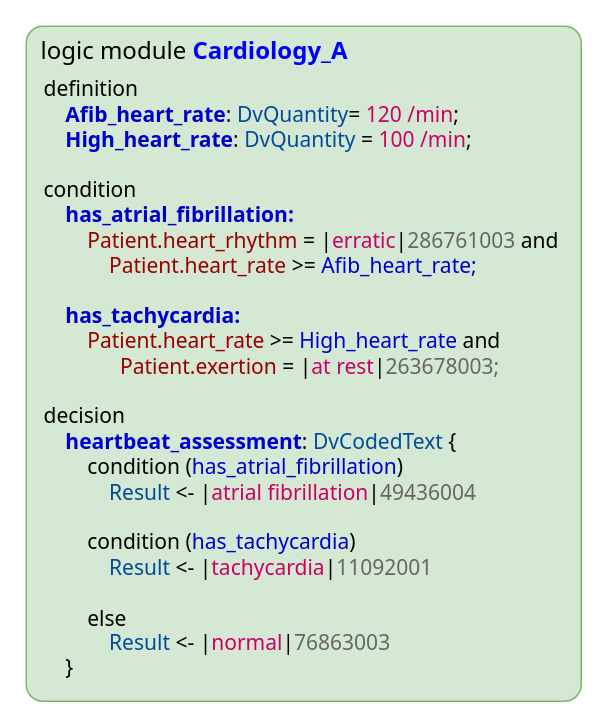
Earlier version of the draw.io diagram docs/decision_language/diagrams/representation_basic.drawio (openEHR/specifications-PROC). Source tidied: cells renumbered, new cells numbered last; positions are measured from the earlier drawing's top-left corner, leaving out a move shared by most shapes. Both pictures are drawn from the tidied source at 150%, with x=0, y=0 at pixel (26, 26).
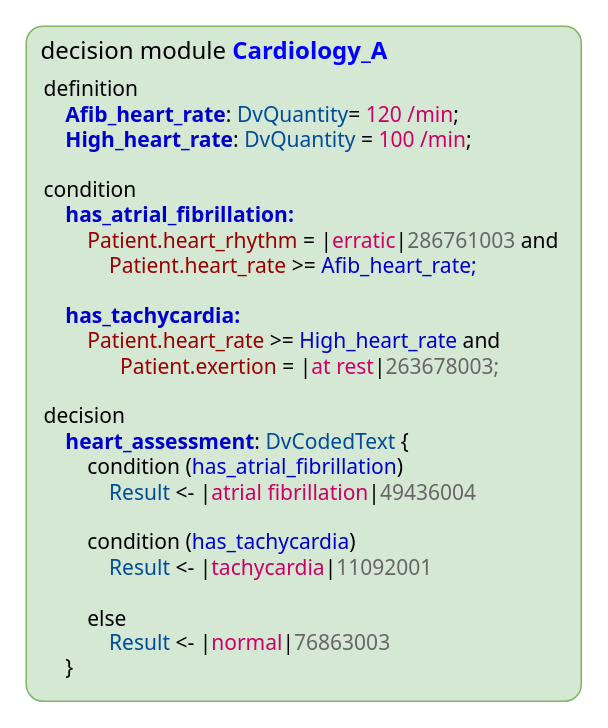
After the change.

Change to the diagram source:
```diff
@@
 <mxGraphModel>
   <root>
     <mxCell id="0" />
     <mxCell id="1" parent="0" />
-    <mxCell id="2" value="&lt;div style=&quot;text-align: center ; font-size: 16px&quot;&gt;logic module&amp;nbsp;&lt;b style=&quot;font-size: 16px&quot;&gt;&lt;font color=&quot;#0000ff&quot; style=&quot;font-size: 16px&quot;&gt;Cardiology_A&lt;/font&gt;&lt;/b&gt;&lt;/div&gt;&lt;font color=&quot;#595959&quot; style=&quot;font-size: 16px&quot;&gt;&lt;div style=&quot;text-align: center ; font-size: 16px&quot;&gt;&lt;span style=&quot;font-size: 16px&quot;&gt;&amp;nbsp; &amp;nbsp; &amp;nbsp; &amp;nbsp; &amp;nbsp;&lt;/span&gt;&lt;span style=&quot;font-size: 16px&quot;&gt;&amp;nbsp; &amp;nbsp; &amp;nbsp; &amp;nbsp;&lt;/span&gt;&lt;/div&gt;&lt;/font&gt;" style="rounded=1;whiteSpace=wrap;html=1;fontSize=16;arcSize=3;verticalAlign=top;fillColor=#d5e8d4;strokeColor=#82b366;align=left;spacingLeft=8;fontFamily=Tahoma;" parent="1" vertex="1">
+    <mxCell id="2" value="&lt;div style=&quot;text-align: center ; font-size: 16px&quot;&gt;decision module&amp;nbsp;&lt;b style=&quot;font-size: 16px&quot;&gt;&lt;font color=&quot;#0000ff&quot; style=&quot;font-size: 16px&quot;&gt;Cardiology_A&lt;/font&gt;&lt;/b&gt;&lt;/div&gt;&lt;font color=&quot;#595959&quot; style=&quot;font-size: 16px&quot;&gt;&lt;div style=&quot;text-align: center ; font-size: 16px&quot;&gt;&lt;span style=&quot;font-size: 16px&quot;&gt;&amp;nbsp; &amp;nbsp; &amp;nbsp; &amp;nbsp; &amp;nbsp;&lt;/span&gt;&lt;span style=&quot;font-size: 16px&quot;&gt;&amp;nbsp; &amp;nbsp; &amp;nbsp; &amp;nbsp;&lt;/span&gt;&lt;/div&gt;&lt;/font&gt;" style="rounded=1;whiteSpace=wrap;html=1;fontSize=16;arcSize=3;verticalAlign=top;fillColor=#d5e8d4;strokeColor=#82b366;align=left;spacingLeft=8;fontFamily=Tahoma;" parent="1" vertex="1">
       <mxGeometry width="370" height="450" as="geometry" />
     </mxCell>
-    <mxCell id="3" value="definition&lt;br style=&quot;font-size: 14px&quot;&gt;&lt;b style=&quot;color: rgb(0 , 0 , 204) ; font-size: 14px&quot;&gt;&amp;nbsp; &amp;nbsp; Afib_heart_rate&lt;/b&gt;:&amp;nbsp;&lt;font color=&quot;#004c99&quot; style=&quot;font-size: 14px&quot;&gt;DvQuantity&lt;/font&gt;= &lt;font color=&quot;#cc0066&quot;&gt;120 /min&lt;/font&gt;;&lt;br style=&quot;font-size: 14px&quot;&gt;&lt;font color=&quot;#0000cc&quot; style=&quot;font-size: 14px&quot;&gt;&lt;b style=&quot;font-size: 14px&quot;&gt;&amp;nbsp; &amp;nbsp; High_heart_rate&lt;/b&gt;&lt;/font&gt;:&amp;nbsp;&lt;span style=&quot;color: rgb(0 , 76 , 153) ; font-size: 14px&quot;&gt;DvQuantity&lt;/span&gt;&amp;nbsp;= &lt;font color=&quot;#cc0066&quot;&gt;100 /min&lt;/font&gt;;&lt;br style=&quot;font-size: 14px&quot;&gt;&lt;br style=&quot;font-size: 14px&quot;&gt;condition&lt;br style=&quot;font-size: 14px&quot;&gt;&lt;font color=&quot;#0000cc&quot; style=&quot;font-size: 14px&quot;&gt;&lt;b style=&quot;font-size: 14px&quot;&gt;&amp;nbsp; &amp;nbsp; has_atrial_fibrillation:&lt;/b&gt;&lt;/font&gt;&lt;br style=&quot;font-size: 14px&quot;&gt;&amp;nbsp; &amp;nbsp; &amp;nbsp; &amp;nbsp;&amp;nbsp;&lt;font color=&quot;#990000&quot; style=&quot;font-size: 14px&quot;&gt;Patient.heart_rhythm&lt;/font&gt;&amp;nbsp;= |&lt;font color=&quot;#cc0066&quot;&gt;erratic&lt;/font&gt;|&lt;font color=&quot;#666666&quot;&gt;286761003&lt;/font&gt;&amp;nbsp;and&amp;nbsp;&lt;br style=&quot;font-size: 14px&quot;&gt;&amp;nbsp; &amp;nbsp; &amp;nbsp; &amp;nbsp; &amp;nbsp; &amp;nbsp;&amp;nbsp;&lt;font color=&quot;#990000&quot; style=&quot;font-size: 14px&quot;&gt;Patient.heart_rate&lt;/font&gt;&amp;nbsp;&amp;gt;=&amp;nbsp;&lt;font color=&quot;#0000cc&quot; style=&quot;font-size: 14px&quot;&gt;Afib_heart_rate;&lt;/font&gt;&lt;br style=&quot;font-size: 14px&quot;&gt;&lt;br style=&quot;font-size: 14px&quot;&gt;&lt;font color=&quot;#0000cc&quot; style=&quot;font-size: 14px&quot;&gt;&lt;b style=&quot;font-size: 14px&quot;&gt;&amp;nbsp; &amp;nbsp; has_tachycardia:&lt;/b&gt;&lt;/font&gt;&lt;br style=&quot;font-size: 14px&quot;&gt;&amp;nbsp; &amp;nbsp; &amp;nbsp; &amp;nbsp;&amp;nbsp;&lt;font color=&quot;#990000&quot; style=&quot;font-size: 14px&quot;&gt;Patient.heart_rate&lt;/font&gt;&amp;nbsp;&amp;gt;=&amp;nbsp;&lt;font color=&quot;#0000cc&quot; style=&quot;font-size: 14px&quot;&gt;High_heart_rate&lt;/font&gt;&amp;nbsp;and&amp;nbsp;&lt;br style=&quot;font-size: 14px&quot;&gt;&amp;nbsp; &amp;nbsp; &amp;nbsp; &amp;nbsp; &amp;nbsp; &amp;nbsp; &amp;nbsp; &lt;font color=&quot;#990000&quot; style=&quot;font-size: 14px&quot;&gt;Patient.exertion&lt;/font&gt;&amp;nbsp;= |&lt;font color=&quot;#cc0066&quot; style=&quot;font-size: 14px&quot;&gt;at rest&lt;/font&gt;|&lt;font color=&quot;#666666&quot;&gt;263678003;&lt;/font&gt;&lt;br style=&quot;font-size: 14px&quot;&gt;&lt;br style=&quot;font-size: 14px&quot;&gt;decision&lt;br style=&quot;font-size: 14px&quot;&gt;&lt;font color=&quot;#0000cc&quot; style=&quot;font-size: 14px&quot;&gt;&lt;b style=&quot;font-size: 14px&quot;&gt;&amp;nbsp; &amp;nbsp; heartbeat_assessment&lt;/b&gt;&lt;/font&gt;: &lt;font color=&quot;#004c99&quot; style=&quot;font-size: 14px&quot;&gt;DvCodedText&lt;/font&gt;&amp;nbsp;{&lt;br style=&quot;font-size: 14px&quot;&gt;&amp;nbsp; &amp;nbsp; &amp;nbsp; &amp;nbsp; condition (&lt;font color=&quot;#0000cc&quot; style=&quot;font-size: 14px&quot;&gt;has_atrial_fibrillation&lt;/font&gt;)&amp;nbsp;&lt;br style=&quot;font-size: 14px&quot;&gt;&amp;nbsp; &amp;nbsp; &amp;nbsp; &amp;nbsp; &amp;nbsp; &amp;nbsp;&amp;nbsp;&lt;span style=&quot;color: rgb(0 , 76 , 153) ; font-size: 14px&quot;&gt;Result&lt;/span&gt;&amp;nbsp;&amp;lt;-&amp;nbsp;|&lt;font color=&quot;#cc0066&quot; style=&quot;font-size: 14px&quot;&gt;atrial fibrillation&lt;/font&gt;|&lt;font color=&quot;#666666&quot;&gt;49436004&lt;/font&gt;&lt;br style=&quot;font-size: 14px&quot;&gt;&lt;br style=&quot;font-size: 14px&quot;&gt;&amp;nbsp; &amp;nbsp; &amp;nbsp; &amp;nbsp; condition (&lt;font color=&quot;#0000cc&quot; style=&quot;font-size: 14px&quot;&gt;has_tachycardia&lt;/font&gt;)&lt;br style=&quot;font-size: 14px&quot;&gt;&amp;nbsp; &amp;nbsp; &amp;nbsp; &amp;nbsp; &amp;nbsp; &amp;nbsp;&amp;nbsp;&lt;span style=&quot;color: rgb(0 , 76 , 153) ; font-size: 14px&quot;&gt;Result&lt;/span&gt;&amp;nbsp;&amp;lt;-&amp;nbsp;|&lt;font color=&quot;#cc0066&quot; style=&quot;font-size: 14px&quot;&gt;tachycardia&lt;/font&gt;|&lt;font color=&quot;#666666&quot;&gt;11092001&lt;/font&gt;&lt;br style=&quot;font-size: 14px&quot;&gt;&lt;br style=&quot;font-size: 14px&quot;&gt;&amp;nbsp; &amp;nbsp; &amp;nbsp; &amp;nbsp; else&amp;nbsp;&lt;br style=&quot;font-size: 14px&quot;&gt;&amp;nbsp; &amp;nbsp; &amp;nbsp; &amp;nbsp; &amp;nbsp; &amp;nbsp;&amp;nbsp;&lt;span style=&quot;color: rgb(0 , 76 , 153) ; font-size: 14px&quot;&gt;Result&lt;/span&gt;&amp;nbsp;&amp;lt;- |&lt;font color=&quot;#cc0066&quot; style=&quot;font-size: 14px&quot;&gt;normal&lt;/font&gt;|&lt;font color=&quot;#666666&quot;&gt;76863003&lt;/font&gt;&lt;br style=&quot;font-size: 14px&quot;&gt;&amp;nbsp; &amp;nbsp; }" style="text;align=left;verticalAlign=middle;html=1;fontSize=14;fontFamily=Tahoma;" parent="1" vertex="1">
+    <mxCell id="3" value="definition&lt;br style=&quot;font-size: 14px&quot;&gt;&lt;b style=&quot;color: rgb(0 , 0 , 204) ; font-size: 14px&quot;&gt;&amp;nbsp; &amp;nbsp; Afib_heart_rate&lt;/b&gt;:&amp;nbsp;&lt;font color=&quot;#004c99&quot; style=&quot;font-size: 14px&quot;&gt;DvQuantity&lt;/font&gt;= &lt;font color=&quot;#cc0066&quot;&gt;120 /min&lt;/font&gt;;&lt;br style=&quot;font-size: 14px&quot;&gt;&lt;font color=&quot;#0000cc&quot; style=&quot;font-size: 14px&quot;&gt;&lt;b style=&quot;font-size: 14px&quot;&gt;&amp;nbsp; &amp;nbsp; High_heart_rate&lt;/b&gt;&lt;/font&gt;:&amp;nbsp;&lt;span style=&quot;color: rgb(0 , 76 , 153) ; font-size: 14px&quot;&gt;DvQuantity&lt;/span&gt;&amp;nbsp;= &lt;font color=&quot;#cc0066&quot;&gt;100 /min&lt;/font&gt;;&lt;br style=&quot;font-size: 14px&quot;&gt;&lt;br style=&quot;font-size: 14px&quot;&gt;condition&lt;br style=&quot;font-size: 14px&quot;&gt;&lt;font color=&quot;#0000cc&quot; style=&quot;font-size: 14px&quot;&gt;&lt;b style=&quot;font-size: 14px&quot;&gt;&amp;nbsp; &amp;nbsp; has_atrial_fibrillation:&lt;/b&gt;&lt;/font&gt;&lt;br style=&quot;font-size: 14px&quot;&gt;&amp;nbsp; &amp;nbsp; &amp;nbsp; &amp;nbsp;&amp;nbsp;&lt;font color=&quot;#990000&quot; style=&quot;font-size: 14px&quot;&gt;Patient.heart_rhythm&lt;/font&gt;&amp;nbsp;= |&lt;font color=&quot;#cc0066&quot;&gt;erratic&lt;/font&gt;|&lt;font color=&quot;#666666&quot;&gt;286761003&lt;/font&gt;&amp;nbsp;and&amp;nbsp;&lt;br style=&quot;font-size: 14px&quot;&gt;&amp;nbsp; &amp;nbsp; &amp;nbsp; &amp;nbsp; &amp;nbsp; &amp;nbsp;&amp;nbsp;&lt;font color=&quot;#990000&quot; style=&quot;font-size: 14px&quot;&gt;Patient.heart_rate&lt;/font&gt;&amp;nbsp;&amp;gt;=&amp;nbsp;&lt;font color=&quot;#0000cc&quot; style=&quot;font-size: 14px&quot;&gt;Afib_heart_rate;&lt;/font&gt;&lt;br style=&quot;font-size: 14px&quot;&gt;&lt;br style=&quot;font-size: 14px&quot;&gt;&lt;font color=&quot;#0000cc&quot; style=&quot;font-size: 14px&quot;&gt;&lt;b style=&quot;font-size: 14px&quot;&gt;&amp;nbsp; &amp;nbsp; has_tachycardia:&lt;/b&gt;&lt;/font&gt;&lt;br style=&quot;font-size: 14px&quot;&gt;&amp;nbsp; &amp;nbsp; &amp;nbsp; &amp;nbsp;&amp;nbsp;&lt;font color=&quot;#990000&quot; style=&quot;font-size: 14px&quot;&gt;Patient.heart_rate&lt;/font&gt;&amp;nbsp;&amp;gt;=&amp;nbsp;&lt;font color=&quot;#0000cc&quot; style=&quot;font-size: 14px&quot;&gt;High_heart_rate&lt;/font&gt;&amp;nbsp;and&amp;nbsp;&lt;br style=&quot;font-size: 14px&quot;&gt;&amp;nbsp; &amp;nbsp; &amp;nbsp; &amp;nbsp; &amp;nbsp; &amp;nbsp; &amp;nbsp; &lt;font color=&quot;#990000&quot; style=&quot;font-size: 14px&quot;&gt;Patient.exertion&lt;/font&gt;&amp;nbsp;= |&lt;font color=&quot;#cc0066&quot; style=&quot;font-size: 14px&quot;&gt;at rest&lt;/font&gt;|&lt;font color=&quot;#666666&quot;&gt;263678003;&lt;/font&gt;&lt;br style=&quot;font-size: 14px&quot;&gt;&lt;br style=&quot;font-size: 14px&quot;&gt;decision&lt;br style=&quot;font-size: 14px&quot;&gt;&lt;font color=&quot;#0000cc&quot; style=&quot;font-size: 14px&quot;&gt;&lt;b style=&quot;font-size: 14px&quot;&gt;&amp;nbsp; &amp;nbsp; heart_assessment&lt;/b&gt;&lt;/font&gt;: &lt;font color=&quot;#004c99&quot; style=&quot;font-size: 14px&quot;&gt;DvCodedText&lt;/font&gt;&amp;nbsp;{&lt;br style=&quot;font-size: 14px&quot;&gt;&amp;nbsp; &amp;nbsp; &amp;nbsp; &amp;nbsp; condition (&lt;font color=&quot;#0000cc&quot; style=&quot;font-size: 14px&quot;&gt;has_atrial_fibrillation&lt;/font&gt;)&amp;nbsp;&lt;br style=&quot;font-size: 14px&quot;&gt;&amp;nbsp; &amp;nbsp; &amp;nbsp; &amp;nbsp; &amp;nbsp; &amp;nbsp;&amp;nbsp;&lt;span style=&quot;color: rgb(0 , 76 , 153) ; font-size: 14px&quot;&gt;Result&lt;/span&gt;&amp;nbsp;&amp;lt;-&amp;nbsp;|&lt;font color=&quot;#cc0066&quot; style=&quot;font-size: 14px&quot;&gt;atrial fibrillation&lt;/font&gt;|&lt;font color=&quot;#666666&quot;&gt;49436004&lt;/font&gt;&lt;br style=&quot;font-size: 14px&quot;&gt;&lt;br style=&quot;font-size: 14px&quot;&gt;&amp;nbsp; &amp;nbsp; &amp;nbsp; &amp;nbsp; condition (&lt;font color=&quot;#0000cc&quot; style=&quot;font-size: 14px&quot;&gt;has_tachycardia&lt;/font&gt;)&lt;br style=&quot;font-size: 14px&quot;&gt;&amp;nbsp; &amp;nbsp; &amp;nbsp; &amp;nbsp; &amp;nbsp; &amp;nbsp;&amp;nbsp;&lt;span style=&quot;color: rgb(0 , 76 , 153) ; font-size: 14px&quot;&gt;Result&lt;/span&gt;&amp;nbsp;&amp;lt;-&amp;nbsp;|&lt;font color=&quot;#cc0066&quot; style=&quot;font-size: 14px&quot;&gt;tachycardia&lt;/font&gt;|&lt;font color=&quot;#666666&quot;&gt;11092001&lt;/font&gt;&lt;br style=&quot;font-size: 14px&quot;&gt;&lt;br style=&quot;font-size: 14px&quot;&gt;&amp;nbsp; &amp;nbsp; &amp;nbsp; &amp;nbsp; else&amp;nbsp;&lt;br style=&quot;font-size: 14px&quot;&gt;&amp;nbsp; &amp;nbsp; &amp;nbsp; &amp;nbsp; &amp;nbsp; &amp;nbsp;&amp;nbsp;&lt;span style=&quot;color: rgb(0 , 76 , 153) ; font-size: 14px&quot;&gt;Result&lt;/span&gt;&amp;nbsp;&amp;lt;- |&lt;font color=&quot;#cc0066&quot; style=&quot;font-size: 14px&quot;&gt;normal&lt;/font&gt;|&lt;font color=&quot;#666666&quot;&gt;76863003&lt;/font&gt;&lt;br style=&quot;font-size: 14px&quot;&gt;&amp;nbsp; &amp;nbsp; }" style="text;align=left;verticalAlign=middle;html=1;fontSize=14;fontFamily=Tahoma;" parent="1" vertex="1">
       <mxGeometry x="10" y="30" width="350" height="410" as="geometry" />
     </mxCell>
   </root>
 </mxGraphModel>
```
